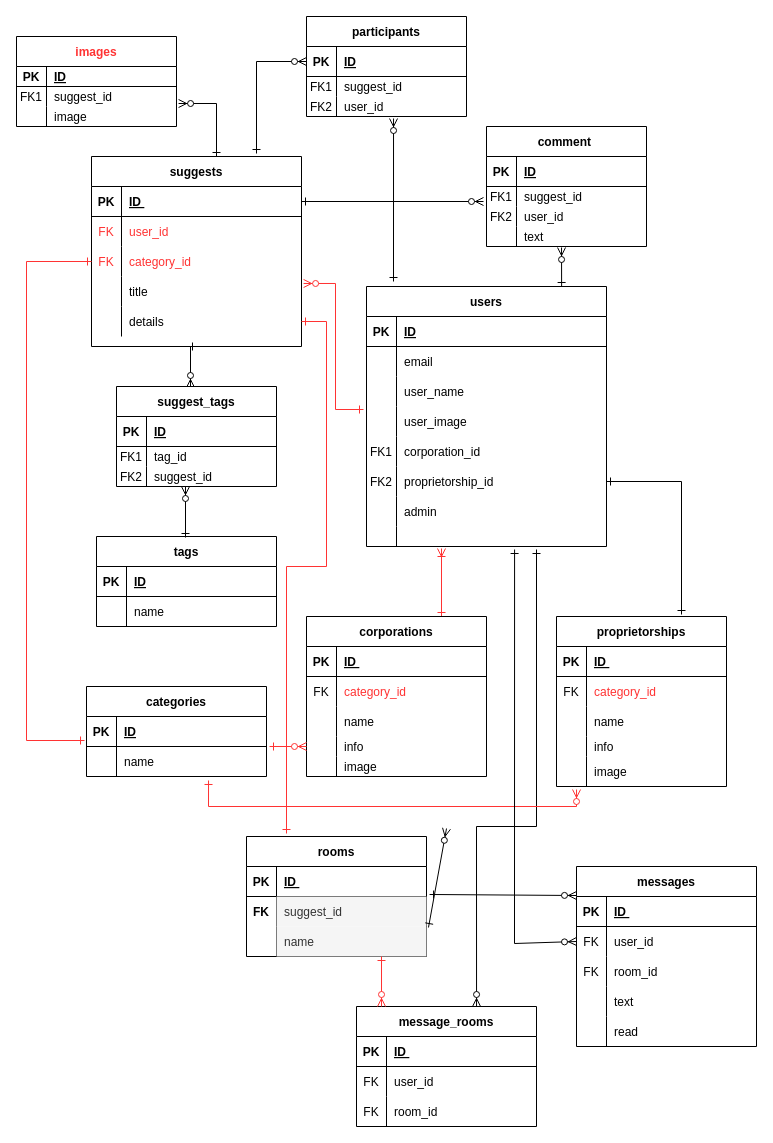
Above: page "ページ2" (1 of 2) of Untitled Diagram.drawio in Sec-il-n/dic_guraduate_parts (draw.io), before the change. Source tidied: cells renumbered, new cells numbered last; positions are measured from the earlier drawing's top-left corner, leaving out a move shared by most shapes. Both pictures are drawn from the tidied source at 100%, with x=0, y=0 at pixel (16, 16).
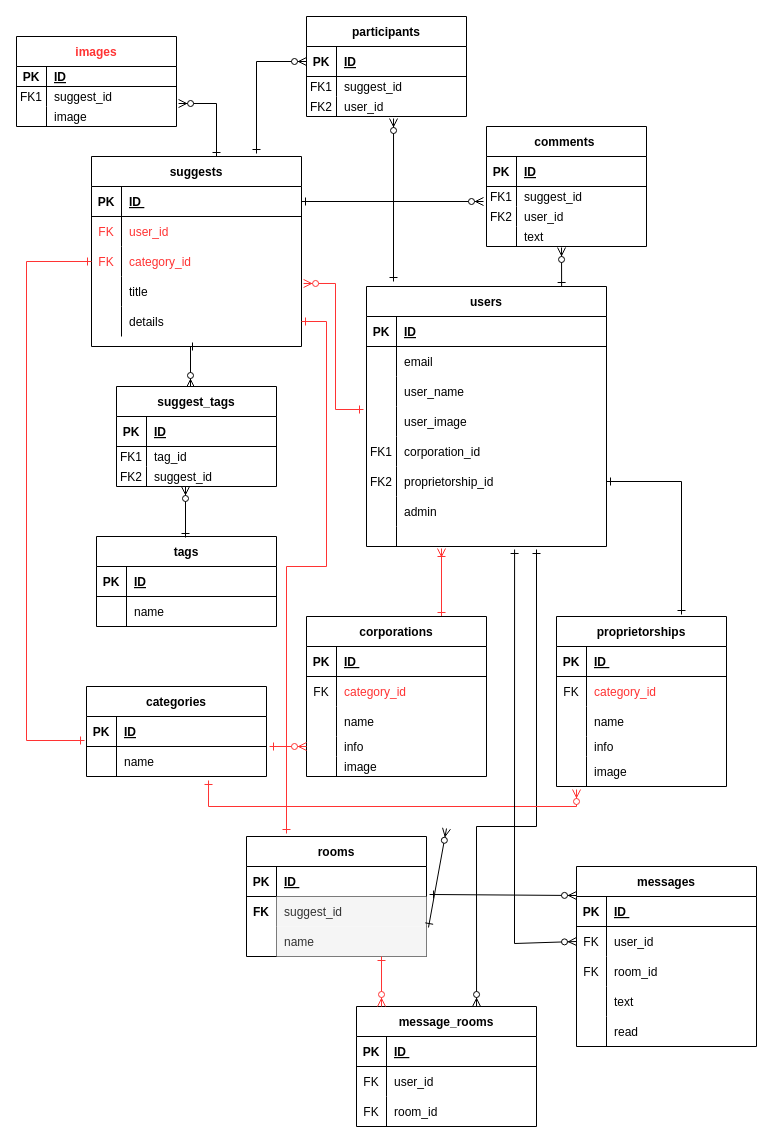
The same page after the edit.

Commit message:
Untitled Diagram.drawio を更新します

Change to the diagram source:
```diff
@@
-    <mxCell id="173" value="comment " style="shape=table;startSize=30;childLayout=tableLayout;rowLines=0;fontStyle=1;align=center;" parent="1" vertex="1">
+    <mxCell id="173" value="comments " style="shape=table;startSize=30;childLayout=tableLayout;rowLines=0;fontStyle=1;align=center;" parent="1" vertex="1">
       <mxGeometry x="470" y="110" width="160" height="120" as="geometry" />
     </mxCell>
```
